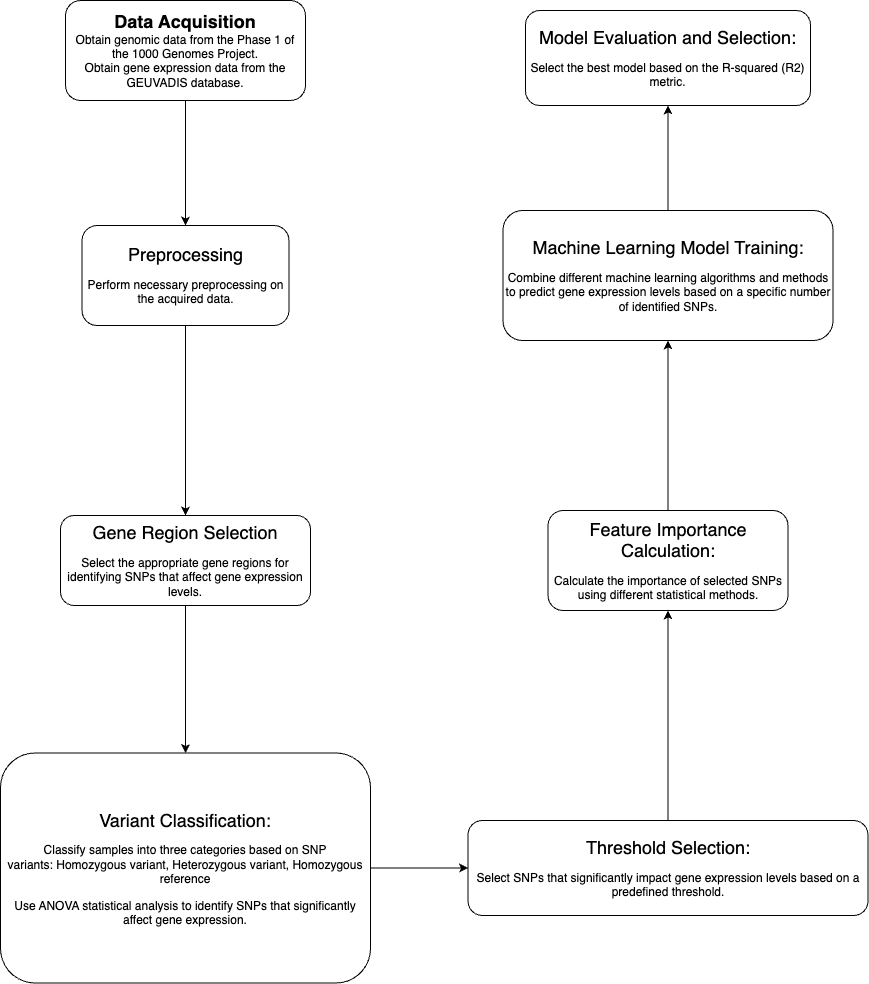
This is Figures/Pipeline.drawio.png from mahshid1373/LLM_APIs, a draw.io export, as it was before one commit. Source tidied: cells renumbered, new cells last; positions are measured from the earlier drawing's top-left corner, leaving out a move shared by most shapes. Source of this version:
```xml
<mxGraphModel>
  <root>
    <mxCell id="0" />
    <mxCell id="1" parent="0" />
    <mxCell id="2" style="edgeStyle=orthogonalEdgeStyle;rounded=0;jettySize=auto;html=1;" parent="1" edge="1" source="3" target="5">
      <mxGeometry relative="1" as="geometry" />
    </mxCell>
    <mxCell id="3" value="&lt;b&gt;&lt;font style=&quot;font-size: 18px;&quot;&gt;Data Acquisition&lt;/font&gt;&lt;/b&gt;&lt;div&gt;Obtain genomic data from the Phase 1 of the 1000 Genomes Project.&lt;br&gt;&lt;/div&gt;&lt;div&gt;Obtain gene expression data from the GEUVADIS database.&lt;br&gt;&lt;/div&gt;" style="rounded=1;whiteSpace=wrap;html=1;fontSize=12;glass=0;strokeWidth=1;shadow=0;" parent="1" vertex="1">
      <mxGeometry x="65" width="240" height="100" as="geometry" />
    </mxCell>
    <mxCell id="4" style="edgeStyle=orthogonalEdgeStyle;rounded=0;jettySize=auto;html=1;" parent="1" edge="1" source="5" target="7">
      <mxGeometry relative="1" as="geometry" />
    </mxCell>
    <mxCell id="5" value="&lt;p&gt;&lt;font style=&quot;font-size: 18px;&quot;&gt;Preprocessing&lt;/font&gt;&lt;/p&gt;&lt;p&gt;&lt;span style=&quot;background-color: initial;&quot;&gt;Perform necessary preprocessing on the acquired data.&lt;/span&gt;&lt;/p&gt;" style="rounded=1;whiteSpace=wrap;html=1;fontSize=12;glass=0;strokeWidth=1;shadow=0;" parent="1" vertex="1">
      <mxGeometry x="81.5" y="225" width="207" height="100" as="geometry" />
    </mxCell>
    <mxCell id="6" style="edgeStyle=orthogonalEdgeStyle;rounded=0;jettySize=auto;html=1;" parent="1" edge="1" source="7" target="9">
      <mxGeometry relative="1" as="geometry" />
    </mxCell>
    <mxCell id="7" value="&lt;p&gt;&lt;font style=&quot;font-size: 18px;&quot;&gt;Gene Region Selection&lt;/font&gt;&lt;/p&gt;&lt;p&gt;&lt;font style=&quot;&quot;&gt;&lt;font style=&quot;font-size: 12px;&quot;&gt;Select the appropriate gene regions for identifying SNPs that affect gene expression levels.&lt;/font&gt;&lt;br&gt;&lt;/font&gt;&lt;/p&gt;" style="rounded=1;whiteSpace=wrap;html=1;glass=0;strokeWidth=1;shadow=0;" parent="1" vertex="1">
      <mxGeometry x="60" y="515" width="250" height="90" as="geometry" />
    </mxCell>
    <mxCell id="8" style="edgeStyle=orthogonalEdgeStyle;rounded=0;jettySize=auto;html=1;" parent="1" edge="1" source="9" target="11">
      <mxGeometry relative="1" as="geometry" />
    </mxCell>
    <mxCell id="9" value="&lt;p&gt;&lt;font style=&quot;font-size: 18px;&quot;&gt;Variant Classification:&lt;/font&gt;&lt;/p&gt;&lt;p&gt;&lt;span style=&quot;background-color: initial;&quot;&gt;Classify samples into three categories based on SNP variants:&lt;/span&gt;&lt;span style=&quot;background-color: initial;&quot;&gt;&amp;nbsp;Homozygous variant,&amp;nbsp;&lt;/span&gt;&lt;span style=&quot;background-color: initial;&quot;&gt;Heterozygous variant,&amp;nbsp;&lt;/span&gt;&lt;span style=&quot;background-color: initial;&quot;&gt;Homozygous reference&lt;/span&gt;&lt;/p&gt;&lt;p&gt;&lt;span style=&quot;background-color: initial;&quot;&gt;Use ANOVA statistical analysis to identify SNPs that significantly affect gene expression.&lt;/span&gt;&lt;/p&gt;" style="rounded=1;whiteSpace=wrap;html=1;glass=0;strokeWidth=1;shadow=0;" parent="1" vertex="1">
      <mxGeometry y="752.5" width="370" height="230" as="geometry" />
    </mxCell>
    <mxCell id="10" style="edgeStyle=orthogonalEdgeStyle;rounded=0;jettySize=auto;html=1;" parent="1" edge="1" source="11" target="13">
      <mxGeometry relative="1" as="geometry" />
    </mxCell>
    <mxCell id="11" value="&lt;p&gt;&lt;font style=&quot;font-size: 18px;&quot;&gt;Threshold Selection:&lt;/font&gt;&lt;/p&gt;&lt;p&gt;&lt;font style=&quot;&quot;&gt;&lt;font style=&quot;font-size: 12px;&quot;&gt;Select SNPs that significantly impact gene expression levels based on a predefined threshold.&lt;/font&gt;&lt;br&gt;&lt;/font&gt;&lt;/p&gt;" style="rounded=1;whiteSpace=wrap;html=1;glass=0;strokeWidth=1;shadow=0;" parent="1" vertex="1">
      <mxGeometry x="467.5" y="820" width="400" height="95" as="geometry" />
    </mxCell>
    <mxCell id="12" style="edgeStyle=orthogonalEdgeStyle;rounded=0;jettySize=auto;html=1;" parent="1" edge="1" source="13" target="15">
      <mxGeometry relative="1" as="geometry" />
    </mxCell>
    <mxCell id="13" value="&lt;p&gt;&lt;font style=&quot;font-size: 18px;&quot;&gt;Feature Importance Calculation:&lt;/font&gt;&lt;/p&gt;&lt;p&gt;&lt;span style=&quot;background-color: initial;&quot;&gt;Calculate the importance of selected SNPs using different statistical methods.&lt;/span&gt;&lt;/p&gt;" style="rounded=1;whiteSpace=wrap;html=1;glass=0;strokeWidth=1;shadow=0;" parent="1" vertex="1">
      <mxGeometry x="547.5" y="510" width="240" height="100" as="geometry" />
    </mxCell>
    <mxCell id="14" style="edgeStyle=orthogonalEdgeStyle;rounded=0;jettySize=auto;html=1;" parent="1" edge="1" source="15" target="16">
      <mxGeometry relative="1" as="geometry" />
    </mxCell>
    <mxCell id="15" value="&lt;p&gt;&lt;font style=&quot;font-size: 18px;&quot;&gt;Machine Learning Model Training:&lt;/font&gt;&lt;/p&gt;&lt;p&gt;&lt;span style=&quot;background-color: initial;&quot;&gt;Combine different machine learning algorithms and methods to predict gene expression levels based on a specific number of identified SNPs.&lt;/span&gt;&lt;/p&gt;" style="rounded=1;whiteSpace=wrap;html=1;glass=0;strokeWidth=1;shadow=0;" parent="1" vertex="1">
      <mxGeometry x="502.5" y="210" width="330" height="130" as="geometry" />
    </mxCell>
    <mxCell id="16" value="&lt;p&gt;&lt;font style=&quot;font-size: 18px;&quot;&gt;Model Evaluation and Selection:&lt;/font&gt;&lt;/p&gt;&lt;p&gt;&lt;span style=&quot;background-color: initial;&quot;&gt;Select the best model based on the R-squared (R2) metric.&lt;/span&gt;&lt;/p&gt;" style="rounded=1;whiteSpace=wrap;html=1;glass=0;strokeWidth=1;shadow=0;" parent="1" vertex="1">
      <mxGeometry x="525" y="10" width="285" height="95" as="geometry" />
    </mxCell>
  </root>
</mxGraphModel>
```
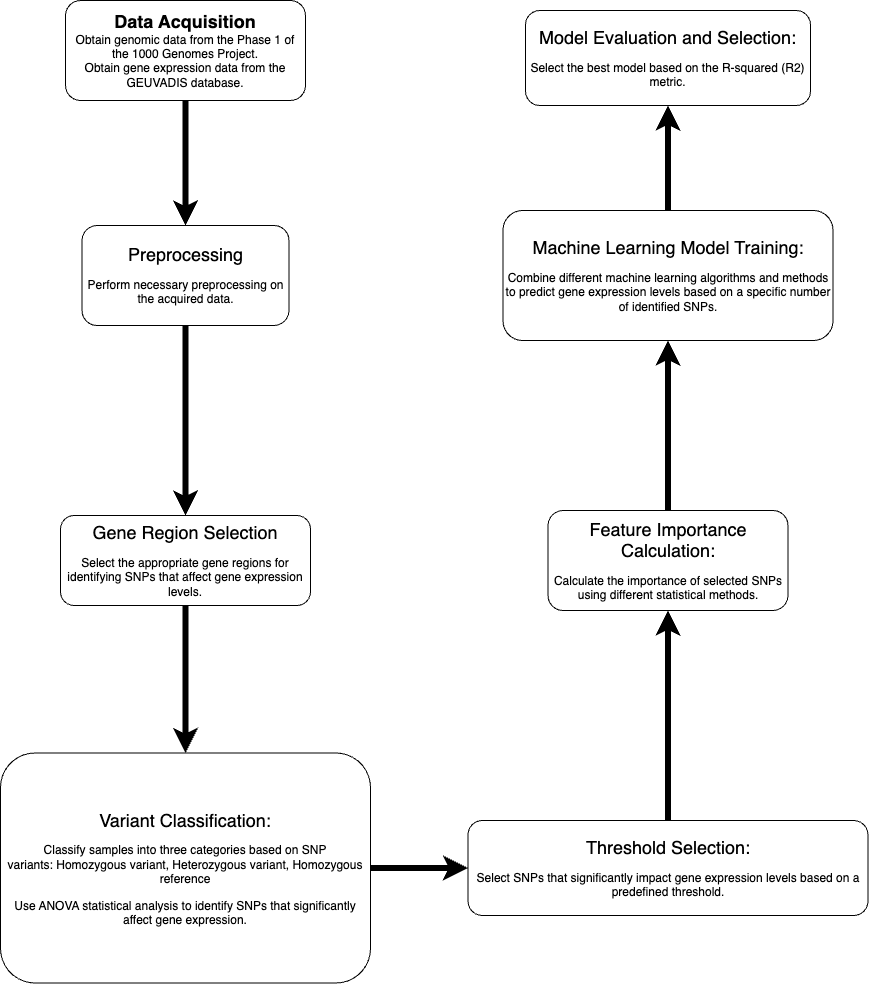
The same file after the commit.

What changed in the source:
```diff
@@ -2,43 +2,43 @@
   <root>
     <mxCell id="0" />
     <mxCell id="1" parent="0" />
-    <mxCell id="2" style="edgeStyle=orthogonalEdgeStyle;rounded=0;jettySize=auto;html=1;" parent="1" edge="1" source="3" target="5">
+    <mxCell id="2" style="edgeStyle=orthogonalEdgeStyle;rounded=0;jettySize=auto;html=1;strokeWidth=6;" parent="1" edge="1" source="3" target="5">
       <mxGeometry relative="1" as="geometry" />
     </mxCell>
     <mxCell id="3" value="&lt;b&gt;&lt;font style=&quot;font-size: 18px;&quot;&gt;Data Acquisition&lt;/font&gt;&lt;/b&gt;&lt;div&gt;Obtain genomic data from the Phase 1 of the 1000 Genomes Project.&lt;br&gt;&lt;/div&gt;&lt;div&gt;Obtain gene expression data from the GEUVADIS database.&lt;br&gt;&lt;/div&gt;" style="rounded=1;whiteSpace=wrap;html=1;fontSize=12;glass=0;strokeWidth=1;shadow=0;" parent="1" vertex="1">
       <mxGeometry x="65" width="240" height="100" as="geometry" />
     </mxCell>
-    <mxCell id="4" style="edgeStyle=orthogonalEdgeStyle;rounded=0;jettySize=auto;html=1;" parent="1" edge="1" source="5" target="7">
+    <mxCell id="4" style="edgeStyle=orthogonalEdgeStyle;rounded=0;jettySize=auto;html=1;strokeWidth=6;" parent="1" edge="1" source="5" target="7">
       <mxGeometry relative="1" as="geometry" />
     </mxCell>
     <mxCell id="5" value="&lt;p&gt;&lt;font style=&quot;font-size: 18px;&quot;&gt;Preprocessing&lt;/font&gt;&lt;/p&gt;&lt;p&gt;&lt;span style=&quot;background-color: initial;&quot;&gt;Perform necessary preprocessing on the acquired data.&lt;/span&gt;&lt;/p&gt;" style="rounded=1;whiteSpace=wrap;html=1;fontSize=12;glass=0;strokeWidth=1;shadow=0;" parent="1" vertex="1">
       <mxGeometry x="81.5" y="225" width="207" height="100" as="geometry" />
     </mxCell>
-    <mxCell id="6" style="edgeStyle=orthogonalEdgeStyle;rounded=0;jettySize=auto;html=1;" parent="1" edge="1" source="7" target="9">
+    <mxCell id="6" style="edgeStyle=orthogonalEdgeStyle;rounded=0;jettySize=auto;html=1;strokeWidth=6;" parent="1" edge="1" source="7" target="9">
       <mxGeometry relative="1" as="geometry" />
     </mxCell>
     <mxCell id="7" value="&lt;p&gt;&lt;font style=&quot;font-size: 18px;&quot;&gt;Gene Region Selection&lt;/font&gt;&lt;/p&gt;&lt;p&gt;&lt;font style=&quot;&quot;&gt;&lt;font style=&quot;font-size: 12px;&quot;&gt;Select the appropriate gene regions for identifying SNPs that affect gene expression levels.&lt;/font&gt;&lt;br&gt;&lt;/font&gt;&lt;/p&gt;" style="rounded=1;whiteSpace=wrap;html=1;glass=0;strokeWidth=1;shadow=0;" parent="1" vertex="1">
       <mxGeometry x="60" y="515" width="250" height="90" as="geometry" />
     </mxCell>
-    <mxCell id="8" style="edgeStyle=orthogonalEdgeStyle;rounded=0;jettySize=auto;html=1;" parent="1" edge="1" source="9" target="11">
+    <mxCell id="8" style="edgeStyle=orthogonalEdgeStyle;rounded=0;jettySize=auto;html=1;strokeWidth=6;" parent="1" edge="1" source="9" target="11">
       <mxGeometry relative="1" as="geometry" />
     </mxCell>
     <mxCell id="9" value="&lt;p&gt;&lt;font style=&quot;font-size: 18px;&quot;&gt;Variant Classification:&lt;/font&gt;&lt;/p&gt;&lt;p&gt;&lt;span style=&quot;background-color: initial;&quot;&gt;Classify samples into three categories based on SNP variants:&lt;/span&gt;&lt;span style=&quot;background-color: initial;&quot;&gt;&amp;nbsp;Homozygous variant,&amp;nbsp;&lt;/span&gt;&lt;span style=&quot;background-color: initial;&quot;&gt;Heterozygous variant,&amp;nbsp;&lt;/span&gt;&lt;span style=&quot;background-color: initial;&quot;&gt;Homozygous reference&lt;/span&gt;&lt;/p&gt;&lt;p&gt;&lt;span style=&quot;background-color: initial;&quot;&gt;Use ANOVA statistical analysis to identify SNPs that significantly affect gene expression.&lt;/span&gt;&lt;/p&gt;" style="rounded=1;whiteSpace=wrap;html=1;glass=0;strokeWidth=1;shadow=0;" parent="1" vertex="1">
       <mxGeometry y="752.5" width="370" height="230" as="geometry" />
     </mxCell>
-    <mxCell id="10" style="edgeStyle=orthogonalEdgeStyle;rounded=0;jettySize=auto;html=1;" parent="1" edge="1" source="11" target="13">
+    <mxCell id="10" style="edgeStyle=orthogonalEdgeStyle;rounded=0;jettySize=auto;html=1;strokeWidth=6;" parent="1" edge="1" source="11" target="13">
       <mxGeometry relative="1" as="geometry" />
     </mxCell>
     <mxCell id="11" value="&lt;p&gt;&lt;font style=&quot;font-size: 18px;&quot;&gt;Threshold Selection:&lt;/font&gt;&lt;/p&gt;&lt;p&gt;&lt;font style=&quot;&quot;&gt;&lt;font style=&quot;font-size: 12px;&quot;&gt;Select SNPs that significantly impact gene expression levels based on a predefined threshold.&lt;/font&gt;&lt;br&gt;&lt;/font&gt;&lt;/p&gt;" style="rounded=1;whiteSpace=wrap;html=1;glass=0;strokeWidth=1;shadow=0;" parent="1" vertex="1">
       <mxGeometry x="467.5" y="820" width="400" height="95" as="geometry" />
     </mxCell>
-    <mxCell id="12" style="edgeStyle=orthogonalEdgeStyle;rounded=0;jettySize=auto;html=1;" parent="1" edge="1" source="13" target="15">
+    <mxCell id="12" style="edgeStyle=orthogonalEdgeStyle;rounded=0;jettySize=auto;html=1;strokeWidth=6;" parent="1" edge="1" source="13" target="15">
       <mxGeometry relative="1" as="geometry" />
     </mxCell>
     <mxCell id="13" value="&lt;p&gt;&lt;font style=&quot;font-size: 18px;&quot;&gt;Feature Importance Calculation:&lt;/font&gt;&lt;/p&gt;&lt;p&gt;&lt;span style=&quot;background-color: initial;&quot;&gt;Calculate the importance of selected SNPs using different statistical methods.&lt;/span&gt;&lt;/p&gt;" style="rounded=1;whiteSpace=wrap;html=1;glass=0;strokeWidth=1;shadow=0;" parent="1" vertex="1">
       <mxGeometry x="547.5" y="510" width="240" height="100" as="geometry" />
     </mxCell>
-    <mxCell id="14" style="edgeStyle=orthogonalEdgeStyle;rounded=0;jettySize=auto;html=1;" parent="1" edge="1" source="15" target="16">
+    <mxCell id="14" style="edgeStyle=orthogonalEdgeStyle;rounded=0;jettySize=auto;html=1;strokeWidth=6;" parent="1" edge="1" source="15" target="16">
       <mxGeometry relative="1" as="geometry" />
     </mxCell>
     <mxCell id="15" value="&lt;p&gt;&lt;font style=&quot;font-size: 18px;&quot;&gt;Machine Learning Model Training:&lt;/font&gt;&lt;/p&gt;&lt;p&gt;&lt;span style=&quot;background-color: initial;&quot;&gt;Combine different machine learning algorithms and methods to predict gene expression levels based on a specific number of identified SNPs.&lt;/span&gt;&lt;/p&gt;" style="rounded=1;whiteSpace=wrap;html=1;glass=0;strokeWidth=1;shadow=0;" parent="1" vertex="1">
```
